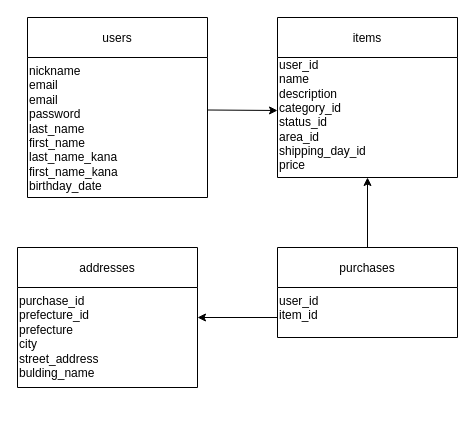
This is app/views/er test.dio from naecchi/furima-42447, a draw.io file, before an edit. Source tidied: cells renumbered, new cells numbered last; positions are measured from the earlier drawing's top-left corner, leaving out a move shared by most shapes. Both pictures are drawn from the tidied source at 100%, with x=0, y=0 at pixel (17, 17).
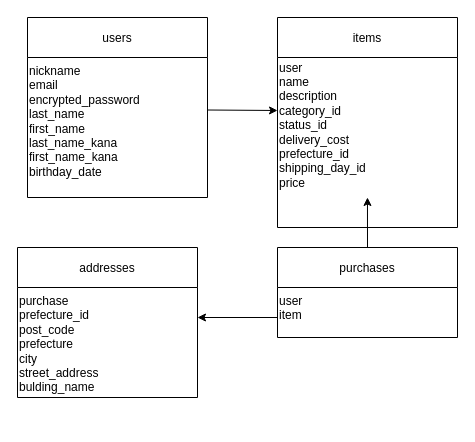
After the change.

Commit message (it also covers changes not shown here):
データベース設計、修正

What changed in the source:
```diff
@@
 <mxGraphModel>
   <root>
     <mxCell id="0" />
     <mxCell id="1" parent="0" />
     <mxCell id="2" value="users" style="shape=swimlane;" parent="1" vertex="1">
       <mxGeometry x="10" width="180" height="180" as="geometry" />
     </mxCell>
     <mxCell id="3" style="edgeStyle=none;html=1;exitX=1;exitY=0.75;exitDx=0;exitDy=0;" parent="2" edge="1" source="4">
       <mxGeometry relative="1" as="geometry">
         <mxPoint x="250" y="93" as="targetPoint" />
       </mxGeometry>
     </mxCell>
-    <mxCell id="4" value="nickname &lt;br&gt;email &lt;br&gt;email&lt;br&gt;password&lt;br&gt;last_name&lt;br&gt;first_name&lt;br&gt;last_name_kana&lt;br&gt;first_name_kana&lt;br&gt;birthday_date&amp;nbsp;&lt;br&gt;&lt;div&gt;&lt;br&gt;&lt;/div&gt;" style="text;html=1;strokeColor=none;" parent="2" vertex="1">
+    <mxCell id="4" value="nickname &lt;br&gt;email&lt;br&gt;encrypted_password&lt;br&gt;last_name&lt;br&gt;first_name&lt;br&gt;last_name_kana&lt;br&gt;first_name_kana&lt;br&gt;birthday_date&amp;nbsp;&lt;br&gt;&lt;div&gt;&lt;br&gt;&lt;/div&gt;" style="text;html=1;strokeColor=none;" parent="2" vertex="1">
       <mxGeometry y="40" width="180" height="70" as="geometry" />
     </mxCell>
     <mxCell id="5" value="items" style="shape=swimlane;" parent="1" vertex="1">
-      <mxGeometry x="260" width="180" height="160" as="geometry" />
+      <mxGeometry x="260" width="180" height="210" as="geometry" />
     </mxCell>
-    <mxCell id="6" value="&lt;br&gt;user_id&lt;br&gt;name&lt;br&gt;description&lt;br&gt;category_id&lt;br&gt;status_id&lt;br&gt;area_id&lt;br&gt;shipping_day_id&lt;br&gt;price&lt;br&gt;&lt;br&gt;&lt;div&gt;&lt;br&gt;&lt;/div&gt;" style="text;html=1;align=left;verticalAlign=middle;points=[];strokeColor=none;fillColor=none;" parent="5" vertex="1">
-      <mxGeometry y="20" width="110" height="170" as="geometry" />
+    <mxCell id="6" value="&lt;br&gt;user&lt;br&gt;name&lt;br&gt;description&lt;br&gt;category_id&lt;br&gt;status_id&lt;br&gt;delivery_cost&lt;br&gt;prefecture_id&lt;br&gt;shipping_day_id&lt;br&gt;price&lt;br&gt;&lt;br&gt;&lt;div&gt;&lt;br&gt;&lt;/div&gt;" style="text;html=1;align=left;verticalAlign=middle;points=[];strokeColor=none;fillColor=none;" parent="5" vertex="1">
+      <mxGeometry y="20" width="110" height="190" as="geometry" />
     </mxCell>
     <mxCell id="7" value="addresses" style="shape=swimlane;" parent="1" vertex="1">
-      <mxGeometry y="230" width="180" height="140" as="geometry" />
+      <mxGeometry y="230" width="180" height="150" as="geometry" />
     </mxCell>
-    <mxCell id="8" value="&lt;span style=&quot;color: rgb(0, 0, 0); text-align: center;&quot;&gt;purchase_&lt;/span&gt;id &lt;br&gt;prefecture_id&lt;span style=&quot;color: rgb(0, 0, 0);&quot;&gt;&lt;br&gt;&lt;span style=&quot;color: rgb(0, 0, 0);&quot;&gt;prefecture&lt;br&gt;&lt;span style=&quot;color: rgb(0, 0, 0);&quot;&gt;city&lt;br&gt;street_address&lt;br&gt;bulding_name&lt;br&gt;&lt;br&gt;&lt;br&gt;&lt;/span&gt;&lt;/span&gt;&lt;/span&gt;" style="text;html=1;strokeColor=none;" parent="7" vertex="1">
-      <mxGeometry y="40" width="180" height="100" as="geometry" />
+    <mxCell id="8" value="&lt;span style=&quot;color: rgb(0, 0, 0); text-align: center;&quot;&gt;purchase&lt;/span&gt;&lt;br&gt;prefecture_id&lt;br&gt;&lt;span style=&quot;color: rgb(0, 0, 0);&quot;&gt;post_code&lt;br&gt;&lt;span style=&quot;color: rgb(0, 0, 0);&quot;&gt;prefecture&lt;br&gt;&lt;span style=&quot;color: rgb(0, 0, 0);&quot;&gt;city&lt;br&gt;street_address&lt;br&gt;bulding_name&lt;br&gt;&lt;br&gt;&lt;br&gt;&lt;/span&gt;&lt;/span&gt;&lt;/span&gt;" style="text;html=1;strokeColor=none;" parent="7" vertex="1">
+      <mxGeometry y="40" width="180" height="110" as="geometry" />
     </mxCell>
-    <mxCell id="9" style="edgeStyle=none;html=1;" parent="1" edge="1" source="10">
-      <mxGeometry relative="1" as="geometry">
-        <mxPoint x="350" y="160" as="targetPoint" />
-        <Array as="points">
-          <mxPoint x="350" y="160" />
-        </Array>
-      </mxGeometry>
-    </mxCell>
     <mxCell id="10" value="purchases" style="shape=swimlane;" parent="1" vertex="1">
       <mxGeometry x="260" y="230" width="180" height="90" as="geometry" />
     </mxCell>
-    <mxCell id="11" value="user_id &lt;br&gt;&lt;span style=&quot;color: rgb(0, 0, 0);&quot;&gt;item_id&lt;/span&gt;&lt;br&gt;&lt;div&gt;&lt;br&gt;&lt;/div&gt;" style="text;html=1;strokeColor=none;" parent="10" vertex="1">
+    <mxCell id="11" value="user&lt;br&gt;&lt;span style=&quot;color: rgb(0, 0, 0);&quot;&gt;item&lt;/span&gt;&lt;br&gt;&lt;div&gt;&lt;br&gt;&lt;/div&gt;" style="text;html=1;strokeColor=none;" parent="10" vertex="1">
       <mxGeometry y="40" width="180" height="40" as="geometry" />
     </mxCell>
     <mxCell id="12" style="edgeStyle=none;html=1;" parent="1" edge="1">
       <mxGeometry relative="1" as="geometry">
         <mxPoint x="260" y="95" as="sourcePoint" />
         <mxPoint x="260" y="95" as="targetPoint" />
       </mxGeometry>
     </mxCell>
     <mxCell id="13" style="edgeStyle=none;html=1;exitX=0;exitY=0.75;exitDx=0;exitDy=0;" parent="1" edge="1" source="11">
       <mxGeometry relative="1" as="geometry">
         <mxPoint x="180" y="300" as="targetPoint" />
       </mxGeometry>
     </mxCell>
+    <mxCell id="14" style="edgeStyle=none;html=1;exitX=0.5;exitY=0;exitDx=0;exitDy=0;entryX=0.818;entryY=0.842;entryDx=0;entryDy=0;entryPerimeter=0;" parent="1" edge="1" source="10" target="6">
+      <mxGeometry relative="1" as="geometry" />
+    </mxCell>
   </root>
 </mxGraphModel>
```
